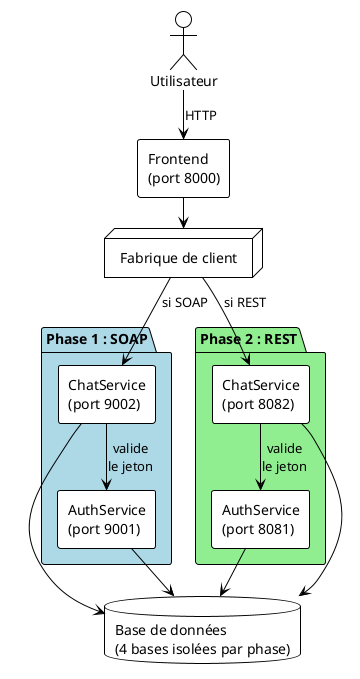
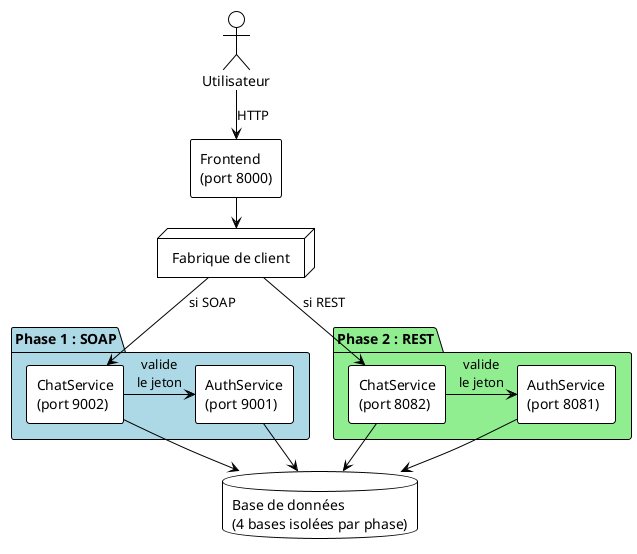
@startuml architecture-globale-simple
!theme plain
skinparam backgroundColor #FFFFFF
skinparam componentStyle rectangle
skinparam defaultFontName "Helvetica"
skinparam ranksep 30
skinparam nodesep 25

actor "Utilisateur" as user

[Frontend\n(port 8000)] as frontend

node "Fabrique de client" as factory

package "Phase 1 : SOAP" #LightBlue {
  [ChatService\n(port 9002)] as chatSoap
  [AuthService\n(port 9001)] as authSoap
-   chatSoap -[hidden]r- authSoap
+   chatSoap -right-> authSoap : valide\nle jeton
}

package "Phase 2 : REST" #LightGreen {
  [ChatService\n(port 8082)] as chatRest
  [AuthService\n(port 8081)] as authRest
-   chatRest -[hidden]r- authRest
+   chatRest -right-> authRest : valide\nle jeton
}

database "Base de données\n(4 bases isolées par phase)" as pg

user --> frontend : HTTP
frontend --> factory
factory --> chatSoap : si SOAP
factory --> chatRest : si REST

- chatSoap --> authSoap : valide\nle jeton
- chatRest --> authRest : valide\nle jeton
- 
authSoap --> pg
chatSoap --> pg
authRest --> pg
chatRest --> pg

@enduml
